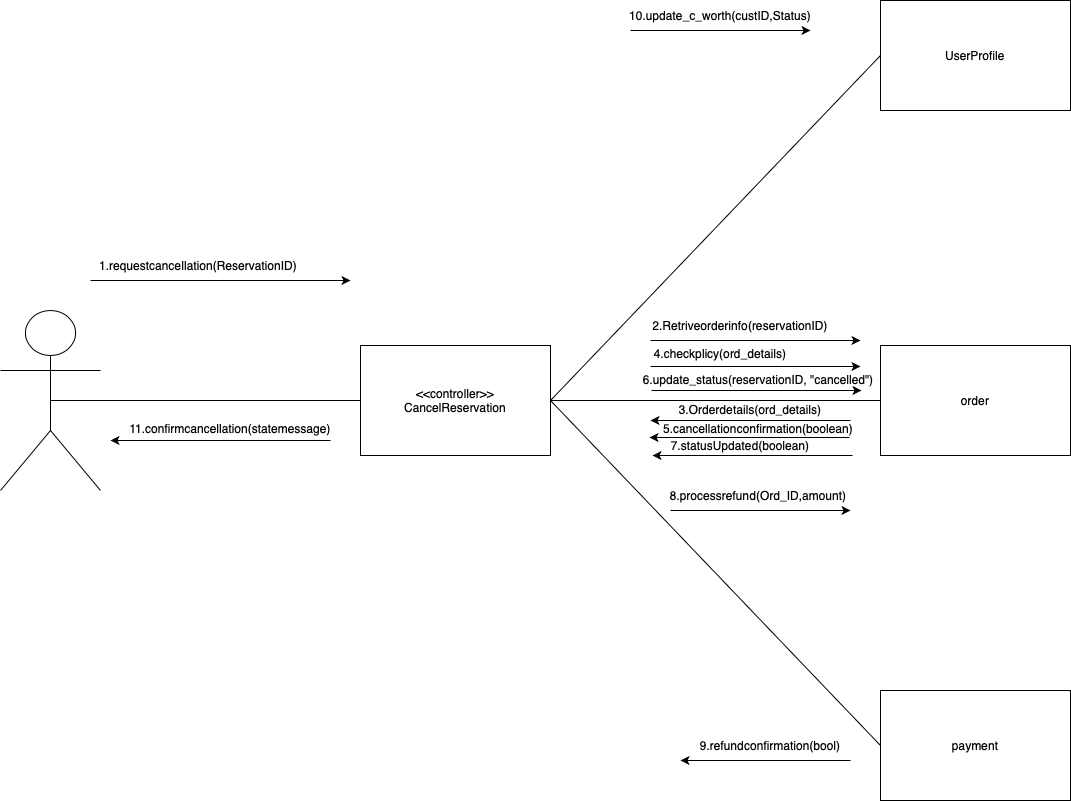
Before: software engineering/deliverable 5/communication diagrams/cancelreservation.drawio.png, a diagram exported from draw.io (YousseFaltas/SW-Database-management). Source tidied: cells renumbered, new cells last; positions are measured from the earlier drawing's top-left corner, leaving out a move shared by most shapes. Source of this version:
```xml
<mxGraphModel>
  <root>
    <mxCell id="0" />
    <mxCell id="1" parent="0" />
    <mxCell id="2" style="shape=umlActor;verticalLabelPosition=bottom;verticalAlign=top;html=1;outlineConnect=0;" parent="1" vertex="1">
      <mxGeometry y="310" width="100" height="180" as="geometry" />
    </mxCell>
    <mxCell id="3" value="&amp;lt;&amp;lt;controller&amp;gt;&amp;gt;&lt;div&gt;CancelReservation&lt;/div&gt;" style="rounded=0;whiteSpace=wrap;html=1;" parent="1" vertex="1">
      <mxGeometry x="360" y="345" width="190" height="110" as="geometry" />
    </mxCell>
    <mxCell id="4" value="UserProfile" style="rounded=0;whiteSpace=wrap;html=1;" parent="1" vertex="1">
      <mxGeometry x="880" width="190" height="110" as="geometry" />
    </mxCell>
    <mxCell id="5" value="order" style="rounded=0;whiteSpace=wrap;html=1;" parent="1" vertex="1">
      <mxGeometry x="880" y="345" width="190" height="110" as="geometry" />
    </mxCell>
    <mxCell id="6" value="payment" style="rounded=0;whiteSpace=wrap;html=1;" parent="1" vertex="1">
      <mxGeometry x="880" y="690" width="190" height="110" as="geometry" />
    </mxCell>
    <mxCell id="7" style="endArrow=none;html=1;rounded=0;exitX=0.5;exitY=0.5;exitDx=0;exitDy=0;exitPerimeter=0;entryX=0;entryY=0.5;entryDx=0;entryDy=0;" parent="1" edge="1" source="2" target="3">
      <mxGeometry relative="1" as="geometry" />
    </mxCell>
    <mxCell id="8" style="endArrow=none;html=1;rounded=0;exitX=1;exitY=0.5;exitDx=0;exitDy=0;entryX=0;entryY=0.5;entryDx=0;entryDy=0;" parent="1" edge="1" source="3" target="4">
      <mxGeometry relative="1" as="geometry" />
    </mxCell>
    <mxCell id="9" style="endArrow=none;html=1;rounded=0;exitX=1;exitY=0.5;exitDx=0;exitDy=0;entryX=0;entryY=0.5;entryDx=0;entryDy=0;" parent="1" edge="1" source="3" target="5">
      <mxGeometry relative="1" as="geometry" />
    </mxCell>
    <mxCell id="10" style="endArrow=none;html=1;rounded=0;exitX=1;exitY=0.5;exitDx=0;exitDy=0;entryX=0;entryY=0.5;entryDx=0;entryDy=0;" parent="1" edge="1" source="3" target="6">
      <mxGeometry relative="1" as="geometry" />
    </mxCell>
    <mxCell id="11" style="endArrow=classic;html=1;rounded=0;" parent="1" edge="1">
      <mxGeometry relative="1" as="geometry">
        <mxPoint x="90" y="280" as="sourcePoint" />
        <mxPoint x="350" y="280" as="targetPoint" />
      </mxGeometry>
    </mxCell>
    <mxCell id="12" value="1.requestcancellation(ReservationID)" style="text;html=1;align=center;verticalAlign=middle;whiteSpace=wrap;rounded=0;" parent="1" vertex="1">
      <mxGeometry x="168" y="250" width="60" height="30" as="geometry" />
    </mxCell>
    <mxCell id="13" style="endArrow=classic;html=1;rounded=0;" parent="1" edge="1">
      <mxGeometry relative="1" as="geometry">
        <mxPoint x="650" y="340" as="sourcePoint" />
        <mxPoint x="860" y="340" as="targetPoint" />
      </mxGeometry>
    </mxCell>
    <mxCell id="14" style="endArrow=classic;html=1;rounded=0;" parent="1" edge="1">
      <mxGeometry relative="1" as="geometry">
        <mxPoint x="650" y="366" as="sourcePoint" />
        <mxPoint x="860" y="366" as="targetPoint" />
      </mxGeometry>
    </mxCell>
    <mxCell id="15" value="2.Retriveorderinfo(reservationID)" style="text;html=1;align=center;verticalAlign=middle;whiteSpace=wrap;rounded=0;" parent="1" vertex="1">
      <mxGeometry x="650" y="300" width="180" height="50" as="geometry" />
    </mxCell>
    <mxCell id="16" style="endArrow=classic;html=1;rounded=0;" parent="1" edge="1">
      <mxGeometry relative="1" as="geometry">
        <mxPoint x="651" y="390" as="sourcePoint" />
        <mxPoint x="861" y="390" as="targetPoint" />
      </mxGeometry>
    </mxCell>
    <mxCell id="17" style="endArrow=classic;html=1;rounded=0;" parent="1" edge="1">
      <mxGeometry relative="1" as="geometry">
        <mxPoint x="850" y="420" as="sourcePoint" />
        <mxPoint x="650" y="420" as="targetPoint" />
      </mxGeometry>
    </mxCell>
    <mxCell id="18" style="endArrow=classic;html=1;rounded=0;" parent="1" edge="1">
      <mxGeometry relative="1" as="geometry">
        <mxPoint x="849" y="437" as="sourcePoint" />
        <mxPoint x="649" y="437" as="targetPoint" />
      </mxGeometry>
    </mxCell>
    <mxCell id="19" style="endArrow=classic;html=1;rounded=0;" parent="1" edge="1">
      <mxGeometry relative="1" as="geometry">
        <mxPoint x="852" y="455" as="sourcePoint" />
        <mxPoint x="652" y="455" as="targetPoint" />
      </mxGeometry>
    </mxCell>
    <mxCell id="20" value="3.Orderdetails(ord_details)" style="text;html=1;align=center;verticalAlign=middle;whiteSpace=wrap;rounded=0;" parent="1" vertex="1">
      <mxGeometry x="720" y="394" width="60" height="30" as="geometry" />
    </mxCell>
    <mxCell id="21" value="4.checkplicy(ord_details)" style="text;html=1;align=center;verticalAlign=middle;whiteSpace=wrap;rounded=0;" parent="1" vertex="1">
      <mxGeometry x="690" y="338" width="60" height="30" as="geometry" />
    </mxCell>
    <mxCell id="22" value="5.cancellationconfirmation(boolean)" style="text;html=1;align=center;verticalAlign=middle;whiteSpace=wrap;rounded=0;" parent="1" vertex="1">
      <mxGeometry x="728" y="413" width="60" height="30" as="geometry" />
    </mxCell>
    <mxCell id="23" value="6.update_status(reservationID, &quot;cancelled&quot;)" style="text;html=1;align=center;verticalAlign=middle;whiteSpace=wrap;rounded=0;" parent="1" vertex="1">
      <mxGeometry x="613" y="364" width="290" height="30" as="geometry" />
    </mxCell>
    <mxCell id="24" value="7.statusUpdated(boolean)" style="text;html=1;align=center;verticalAlign=middle;whiteSpace=wrap;rounded=0;" parent="1" vertex="1">
      <mxGeometry x="710" y="430" width="60" height="30" as="geometry" />
    </mxCell>
    <mxCell id="25" value="8.processrefund(Ord_ID,amount)" style="text;html=1;align=center;verticalAlign=middle;whiteSpace=wrap;rounded=0;" parent="1" vertex="1">
      <mxGeometry x="728" y="480" width="60" height="30" as="geometry" />
    </mxCell>
    <mxCell id="26" style="endArrow=classic;html=1;rounded=0;" parent="1" edge="1">
      <mxGeometry relative="1" as="geometry">
        <mxPoint x="670" y="510" as="sourcePoint" />
        <mxPoint x="850" y="510" as="targetPoint" />
      </mxGeometry>
    </mxCell>
    <mxCell id="27" style="endArrow=classic;html=1;rounded=0;" parent="1" edge="1">
      <mxGeometry relative="1" as="geometry">
        <mxPoint x="850" y="760" as="sourcePoint" />
        <mxPoint x="680" y="760" as="targetPoint" />
      </mxGeometry>
    </mxCell>
    <mxCell id="28" value="9.refundconfirmation(bool)" style="text;html=1;align=center;verticalAlign=middle;whiteSpace=wrap;rounded=0;" parent="1" vertex="1">
      <mxGeometry x="740" y="730" width="60" height="30" as="geometry" />
    </mxCell>
    <mxCell id="29" value="10.update_c_worth(custID,Status)" style="text;html=1;align=center;verticalAlign=middle;whiteSpace=wrap;rounded=0;" parent="1" vertex="1">
      <mxGeometry x="690" width="60" height="30" as="geometry" />
    </mxCell>
    <mxCell id="30" style="endArrow=classic;html=1;rounded=0;" parent="1" edge="1">
      <mxGeometry relative="1" as="geometry">
        <mxPoint x="630" y="30" as="sourcePoint" />
        <mxPoint x="810" y="30" as="targetPoint" />
      </mxGeometry>
    </mxCell>
    <mxCell id="31" style="endArrow=classic;html=1;rounded=0;" parent="1" edge="1">
      <mxGeometry relative="1" as="geometry">
        <mxPoint x="330" y="440" as="sourcePoint" />
        <mxPoint x="110" y="440" as="targetPoint" />
      </mxGeometry>
    </mxCell>
    <mxCell id="32" value="11.confirmcancellation(statemessage)" style="text;html=1;align=center;verticalAlign=middle;whiteSpace=wrap;rounded=0;" parent="1" vertex="1">
      <mxGeometry x="200" y="413" width="60" height="30" as="geometry" />
    </mxCell>
  </root>
</mxGraphModel>
```
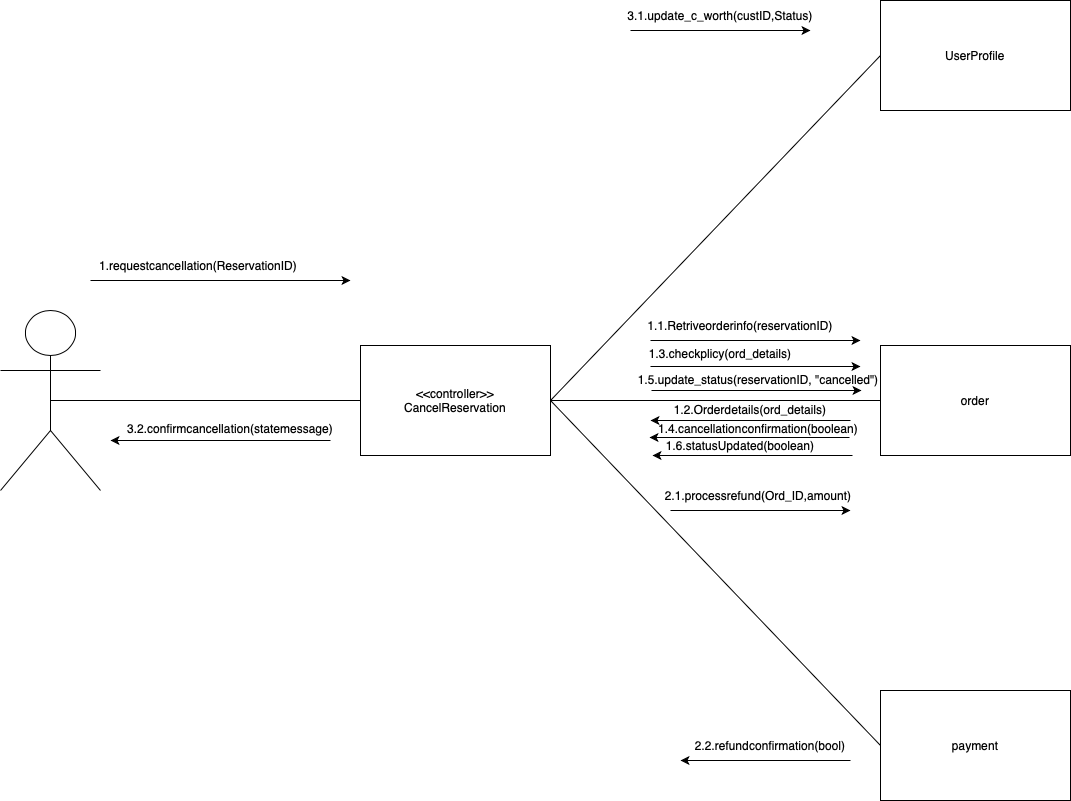
After the commit.

Change to the diagram source:
```diff
@@ -50,7 +50,7 @@
         <mxPoint x="860" y="366" as="targetPoint" />
       </mxGeometry>
     </mxCell>
-    <mxCell id="15" value="2.Retriveorderinfo(reservationID)" style="text;html=1;align=center;verticalAlign=middle;whiteSpace=wrap;rounded=0;" parent="1" vertex="1">
+    <mxCell id="15" value="1.1.Retriveorderinfo(reservationID)" style="text;html=1;align=center;verticalAlign=middle;whiteSpace=wrap;rounded=0;" parent="1" vertex="1">
       <mxGeometry x="650" y="300" width="180" height="50" as="geometry" />
     </mxCell>
     <mxCell id="16" style="endArrow=classic;html=1;rounded=0;" parent="1" edge="1">
@@ -77,22 +77,22 @@
         <mxPoint x="652" y="455" as="targetPoint" />
       </mxGeometry>
     </mxCell>
-    <mxCell id="20" value="3.Orderdetails(ord_details)" style="text;html=1;align=center;verticalAlign=middle;whiteSpace=wrap;rounded=0;" parent="1" vertex="1">
+    <mxCell id="20" value="1.2.Orderdetails(ord_details)" style="text;html=1;align=center;verticalAlign=middle;whiteSpace=wrap;rounded=0;" parent="1" vertex="1">
       <mxGeometry x="720" y="394" width="60" height="30" as="geometry" />
     </mxCell>
-    <mxCell id="21" value="4.checkplicy(ord_details)" style="text;html=1;align=center;verticalAlign=middle;whiteSpace=wrap;rounded=0;" parent="1" vertex="1">
+    <mxCell id="21" value="1.3.checkplicy(ord_details)" style="text;html=1;align=center;verticalAlign=middle;whiteSpace=wrap;rounded=0;" parent="1" vertex="1">
       <mxGeometry x="690" y="338" width="60" height="30" as="geometry" />
     </mxCell>
-    <mxCell id="22" value="5.cancellationconfirmation(boolean)" style="text;html=1;align=center;verticalAlign=middle;whiteSpace=wrap;rounded=0;" parent="1" vertex="1">
+    <mxCell id="22" value="1.4.cancellationconfirmation(boolean)" style="text;html=1;align=center;verticalAlign=middle;whiteSpace=wrap;rounded=0;" parent="1" vertex="1">
       <mxGeometry x="728" y="413" width="60" height="30" as="geometry" />
     </mxCell>
-    <mxCell id="23" value="6.update_status(reservationID, &quot;cancelled&quot;)" style="text;html=1;align=center;verticalAlign=middle;whiteSpace=wrap;rounded=0;" parent="1" vertex="1">
+    <mxCell id="23" value="1.5.update_status(reservationID, &quot;cancelled&quot;)" style="text;html=1;align=center;verticalAlign=middle;whiteSpace=wrap;rounded=0;" parent="1" vertex="1">
       <mxGeometry x="613" y="364" width="290" height="30" as="geometry" />
     </mxCell>
-    <mxCell id="24" value="7.statusUpdated(boolean)" style="text;html=1;align=center;verticalAlign=middle;whiteSpace=wrap;rounded=0;" parent="1" vertex="1">
+    <mxCell id="24" value="1.6.statusUpdated(boolean)" style="text;html=1;align=center;verticalAlign=middle;whiteSpace=wrap;rounded=0;" parent="1" vertex="1">
       <mxGeometry x="710" y="430" width="60" height="30" as="geometry" />
     </mxCell>
-    <mxCell id="25" value="8.processrefund(Ord_ID,amount)" style="text;html=1;align=center;verticalAlign=middle;whiteSpace=wrap;rounded=0;" parent="1" vertex="1">
+    <mxCell id="25" value="2.1.processrefund(Ord_ID,amount)" style="text;html=1;align=center;verticalAlign=middle;whiteSpace=wrap;rounded=0;" parent="1" vertex="1">
       <mxGeometry x="728" y="480" width="60" height="30" as="geometry" />
     </mxCell>
     <mxCell id="26" style="endArrow=classic;html=1;rounded=0;" parent="1" edge="1">
@@ -107,10 +107,10 @@
         <mxPoint x="680" y="760" as="targetPoint" />
       </mxGeometry>
     </mxCell>
-    <mxCell id="28" value="9.refundconfirmation(bool)" style="text;html=1;align=center;verticalAlign=middle;whiteSpace=wrap;rounded=0;" parent="1" vertex="1">
+    <mxCell id="28" value="2.2.refundconfirmation(bool)" style="text;html=1;align=center;verticalAlign=middle;whiteSpace=wrap;rounded=0;" parent="1" vertex="1">
       <mxGeometry x="740" y="730" width="60" height="30" as="geometry" />
     </mxCell>
-    <mxCell id="29" value="10.update_c_worth(custID,Status)" style="text;html=1;align=center;verticalAlign=middle;whiteSpace=wrap;rounded=0;" parent="1" vertex="1">
+    <mxCell id="29" value="3.1.update_c_worth(custID,Status)" style="text;html=1;align=center;verticalAlign=middle;whiteSpace=wrap;rounded=0;" parent="1" vertex="1">
       <mxGeometry x="690" width="60" height="30" as="geometry" />
     </mxCell>
     <mxCell id="30" style="endArrow=classic;html=1;rounded=0;" parent="1" edge="1">
@@ -125,7 +125,7 @@
         <mxPoint x="110" y="440" as="targetPoint" />
       </mxGeometry>
     </mxCell>
-    <mxCell id="32" value="11.confirmcancellation(statemessage)" style="text;html=1;align=center;verticalAlign=middle;whiteSpace=wrap;rounded=0;" parent="1" vertex="1">
+    <mxCell id="32" value="3.2.confirmcancellation(statemessage)" style="text;html=1;align=center;verticalAlign=middle;whiteSpace=wrap;rounded=0;" parent="1" vertex="1">
       <mxGeometry x="200" y="413" width="60" height="30" as="geometry" />
     </mxCell>
   </root>
```
